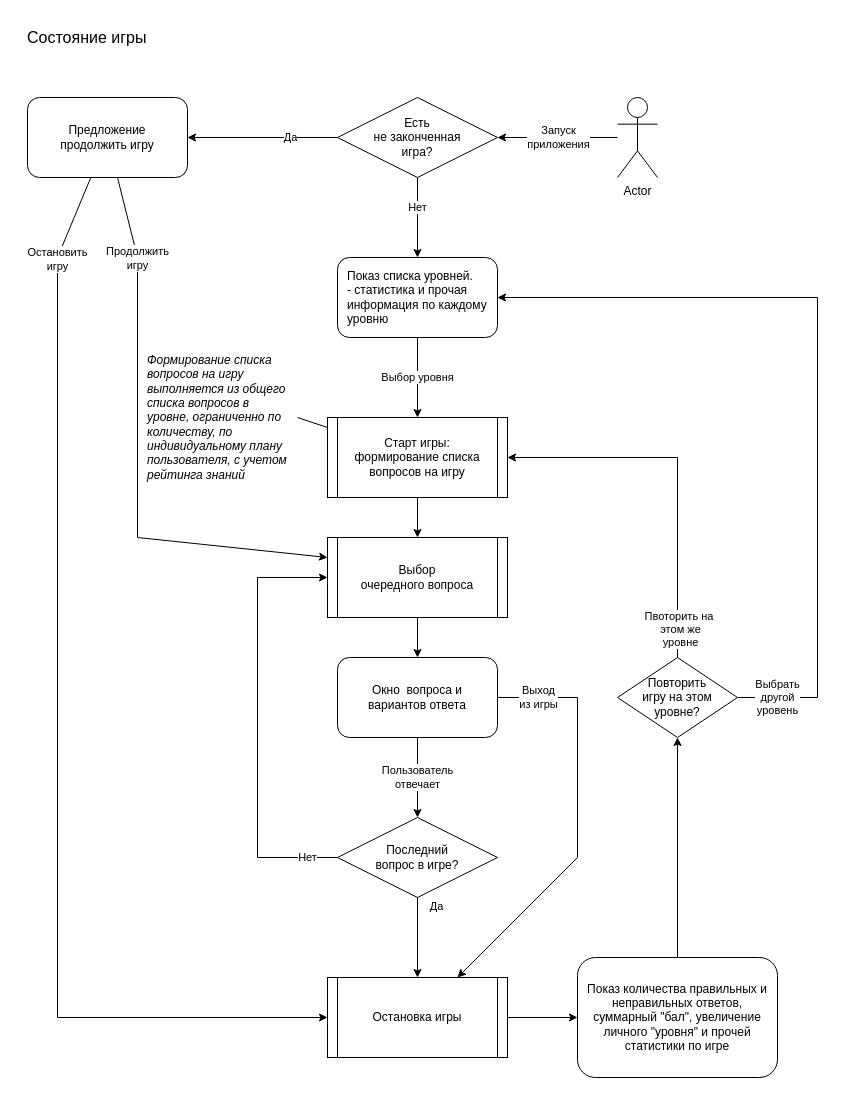
Earlier version of the draw.io diagram run-game/src/run/game/dao/game/game-state.drawio (SazonovDenis/run-game). Source tidied: cells renumbered, new cells numbered last; positions are measured from the earlier drawing's top-left corner, leaving out a move shared by most shapes. Both pictures are drawn from the tidied source at 100%, with x=0, y=0 at pixel (17, 17).
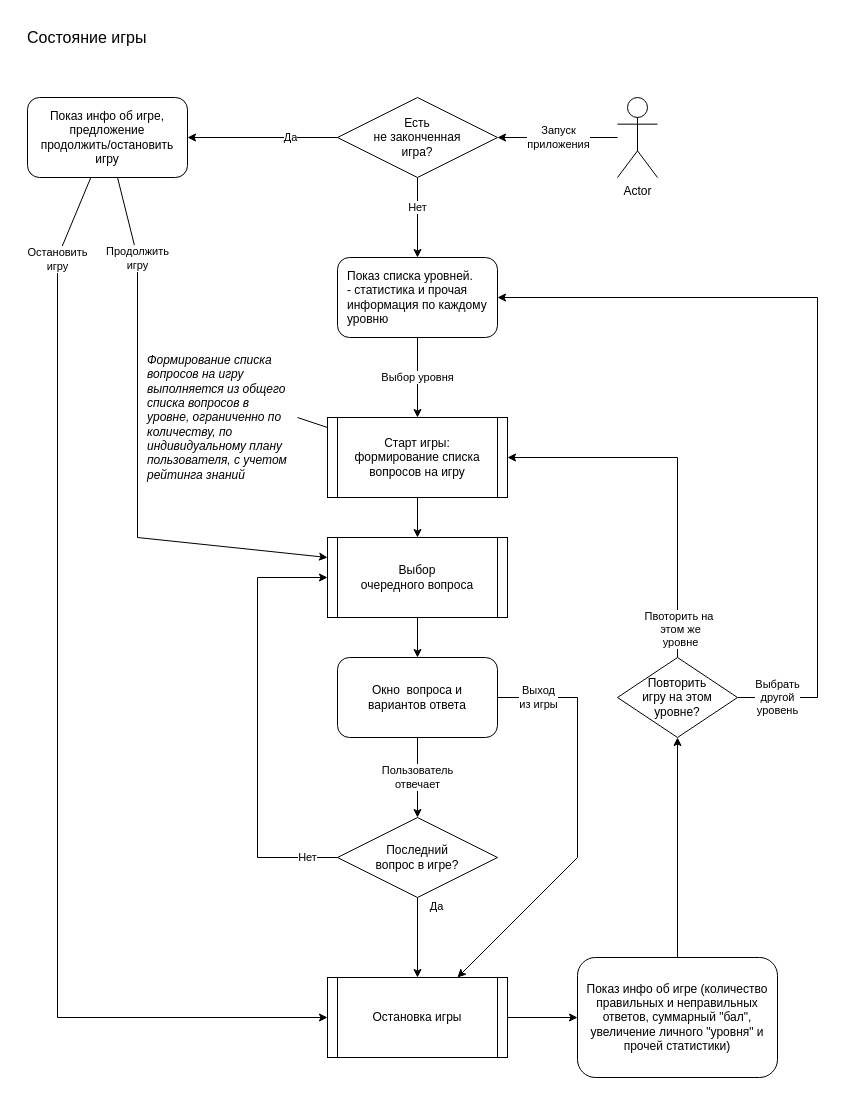
The same diagram, later.

Change to the diagram source:
```diff
@@
-    <mxCell id="24" value="Предложение&lt;br&gt;продолжить игру" style="rounded=1;whiteSpace=wrap;html=1;" parent="1" vertex="1">
+    <mxCell id="24" value="Показ инфо об игре, предложение&lt;br&gt;продолжить/остановить игру" style="rounded=1;whiteSpace=wrap;html=1;" parent="1" vertex="1">
       <mxGeometry x="10" y="80" width="160" height="80" as="geometry" />
     </mxCell>
@@
-    <mxCell id="27" value="Показ количества правильных и неправильных ответов, суммарный &quot;бал&quot;, увеличение личного &quot;уровня&quot; и прочей статистики по игре" style="rounded=1;whiteSpace=wrap;html=1;spacing=10;" parent="1" vertex="1">
+    <mxCell id="27" value="Показ инфо об игре (количество правильных и неправильных ответов, суммарный &quot;бал&quot;, увеличение личного &quot;уровня&quot; и прочей статистики)" style="rounded=1;whiteSpace=wrap;html=1;spacing=10;" parent="1" vertex="1">
       <mxGeometry x="560" y="940" width="200" height="120" as="geometry" />
     </mxCell>
```
